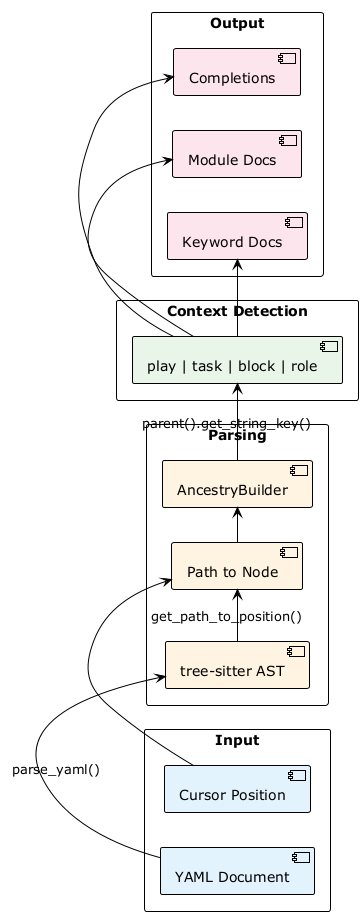
The PlantUML diagram images/dataflow.png in Tremolo-Labs/ansible-language-server, before a commit.
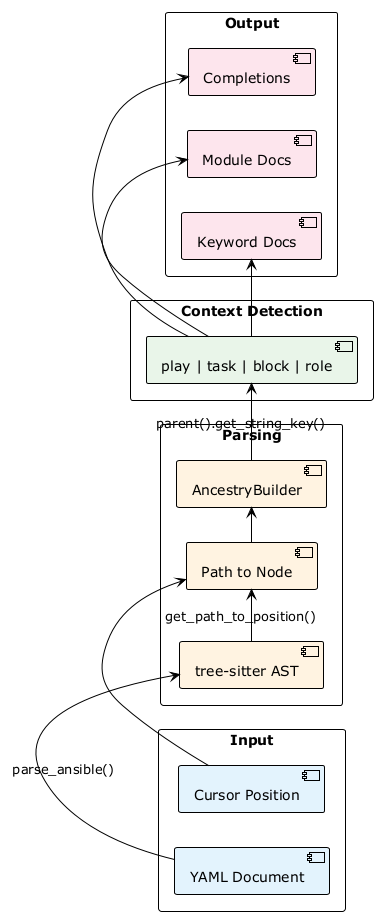
Later version of the same file.

Diff of the diagram source:
```diff
@@ -24,7 +24,7 @@
   [Completions] as comp #fce4ec
 }
 
-doc -right-> tree : parse_yaml()
+doc -right-> tree : parse_ansible()
 pos -right-> path
 tree -right-> path : get_path_to_position()
 path -right-> ancestry
```
